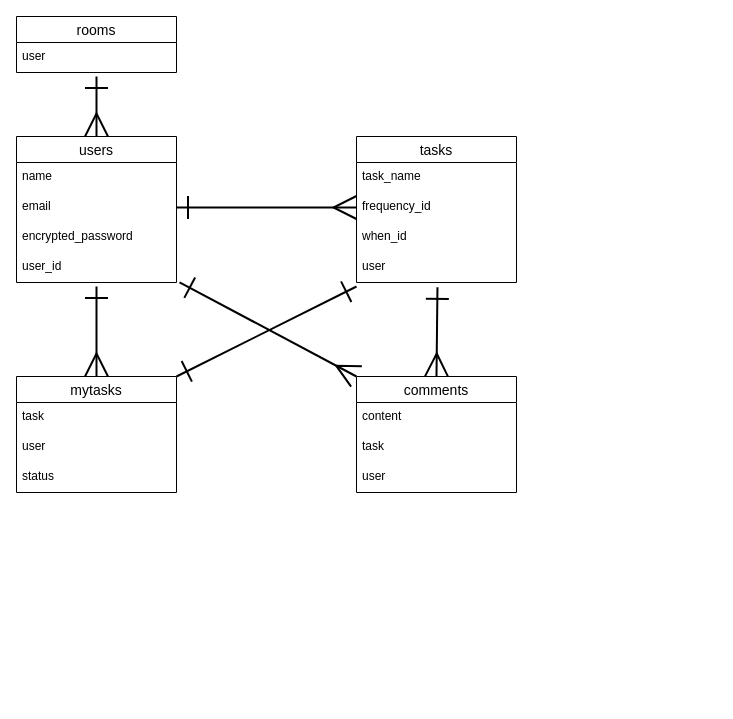
Earlier version of the draw.io diagram ER.dio (kawabataY/ori_app). Source tidied: cells renumbered, new cells numbered last; positions are measured from the earlier drawing's top-left corner, leaving out a move shared by most shapes. Both pictures are drawn from the tidied source at 100%, with x=0, y=0 at pixel (16, 16).
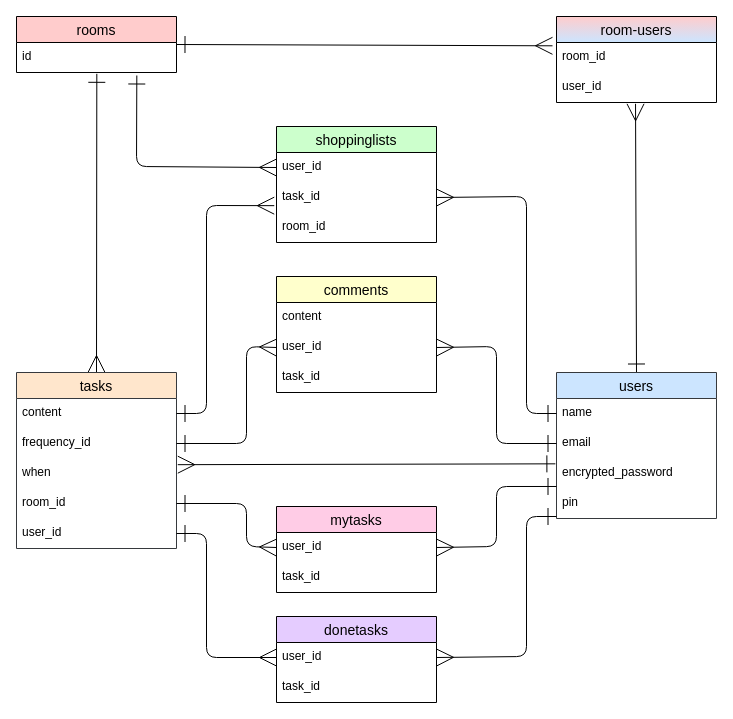
The same diagram, later.

The change refers to these unchanged cells:
```xml
<mxCell id="4" value="name" style="text;strokeColor=none;fillColor=none;spacingLeft=4;spacingRight=4;overflow=hidden;points=[[0,0.5],[1,0.5]];portConstraint=eastwest;fontSize=12;" parent="3" vertex="1">
  <mxGeometry y="26" width="160" height="30" as="geometry" />
</mxCell>
<mxCell id="5" value="email" style="text;strokeColor=none;fillColor=none;spacingLeft=4;spacingRight=4;overflow=hidden;points=[[0,0.5],[1,0.5]];portConstraint=eastwest;fontSize=12;" parent="3" vertex="1">
  <mxGeometry y="56" width="160" height="30" as="geometry" />
</mxCell>
<mxCell id="6" value="encrypted_password" style="text;strokeColor=none;fillColor=none;spacingLeft=4;spacingRight=4;overflow=hidden;points=[[0,0.5],[1,0.5]];portConstraint=eastwest;fontSize=12;" parent="3" vertex="1">
  <mxGeometry y="86" width="160" height="30" as="geometry" />
</mxCell>
<mxCell id="10" value="frequency_id" style="text;strokeColor=none;fillColor=none;spacingLeft=4;spacingRight=4;overflow=hidden;points=[[0,0.5],[1,0.5]];portConstraint=eastwest;fontSize=12;" parent="8" vertex="1">
  <mxGeometry y="56" width="160" height="30" as="geometry" />
</mxCell>
```

Diff of the diagram source:
```diff
@@
-    <mxCell id="2" style="edgeStyle=none;html=1;exitX=0.5;exitY=0;exitDx=0;exitDy=0;strokeColor=default;strokeWidth=2;startArrow=ERmany;startFill=0;endArrow=ERone;endFill=0;startSize=20;endSize=20;sourcePerimeterSpacing=10;targetPerimeterSpacing=10;" parent="1" edge="1" source="3">
-      <mxGeometry relative="1" as="geometry">
-        <mxPoint x="80" y="60" as="targetPoint" />
-      </mxGeometry>
-    </mxCell>
+    <mxCell id="28" style="edgeStyle=none;html=1;exitX=0.5;exitY=0;exitDx=0;exitDy=0;entryX=0.494;entryY=1.044;entryDx=0;entryDy=0;entryPerimeter=0;endSize=15;shadow=0;startSize=15;endArrow=ERmany;endFill=0;startArrow=ERone;startFill=0;" parent="1" edge="1" source="3" target="35">
+      <mxGeometry relative="1" as="geometry" />
+    </mxCell>
-    <mxCell id="3" value="users" style="swimlane;fontStyle=0;horizontal=1;startSize=26;align=center;fontSize=14;" parent="1" vertex="1">
-      <mxGeometry y="120" width="160" height="146" as="geometry" />
+    <mxCell id="3" value="users" style="swimlane;fontStyle=0;horizontal=1;startSize=26;align=center;fontSize=14;fillColor=#CCE5FF;strokeColor=#36393d;fontColor=#000000;" parent="1" vertex="1">
+      <mxGeometry x="540" y="356" width="160" height="146" as="geometry" />
     </mxCell>
@@
-    <mxCell id="7" value="user_id" style="text;strokeColor=none;fillColor=none;spacingLeft=4;spacingRight=4;overflow=hidden;points=[[0,0.5],[1,0.5]];portConstraint=eastwest;fontSize=12;" parent="3" vertex="1">
+    <mxCell id="7" value="pin" style="text;strokeColor=none;fillColor=none;spacingLeft=4;spacingRight=4;overflow=hidden;points=[[0,0.5],[1,0.5]];portConstraint=eastwest;fontSize=12;" parent="3" vertex="1">
       <mxGeometry y="116" width="160" height="30" as="geometry" />
     </mxCell>
+    <mxCell id="29" style="edgeStyle=none;html=1;exitX=0.5;exitY=0;exitDx=0;exitDy=0;entryX=0.502;entryY=1.044;entryDx=0;entryDy=0;entryPerimeter=0;endArrow=ERone;endFill=0;startArrow=ERmany;startFill=0;endSize=15;startSize=15;" parent="1" edge="1" source="8" target="32">
+      <mxGeometry relative="1" as="geometry" />
+    </mxCell>
-    <mxCell id="8" value="tasks" style="swimlane;fontStyle=0;horizontal=1;startSize=26;align=center;fontSize=14;" parent="1" vertex="1">
-      <mxGeometry x="340" y="120" width="160" height="146" as="geometry" />
+    <mxCell id="8" value="tasks" style="swimlane;fontStyle=0;horizontal=1;startSize=26;align=center;fontSize=14;fillColor=#FFE6CC;strokeColor=#36393d;fontColor=#000000;" parent="1" vertex="1">
+      <mxGeometry y="356" width="160" height="176" as="geometry" />
     </mxCell>
-    <mxCell id="9" value="task_name" style="text;strokeColor=none;fillColor=none;spacingLeft=4;spacingRight=4;overflow=hidden;points=[[0,0.5],[1,0.5]];portConstraint=eastwest;fontSize=12;" parent="8" vertex="1">
+    <mxCell id="9" value="content" style="text;strokeColor=none;fillColor=none;spacingLeft=4;spacingRight=4;overflow=hidden;points=[[0,0.5],[1,0.5]];portConstraint=eastwest;fontSize=12;" parent="8" vertex="1">
       <mxGeometry y="26" width="160" height="30" as="geometry" />
     </mxCell>
@@
-    <mxCell id="11" value="when_id" style="text;strokeColor=none;fillColor=none;spacingLeft=4;spacingRight=4;overflow=hidden;points=[[0,0.5],[1,0.5]];portConstraint=eastwest;fontSize=12;" parent="8" vertex="1">
+    <mxCell id="11" value="when" style="text;strokeColor=none;fillColor=none;spacingLeft=4;spacingRight=4;overflow=hidden;points=[[0,0.5],[1,0.5]];portConstraint=eastwest;fontSize=12;" parent="8" vertex="1">
       <mxGeometry y="86" width="160" height="30" as="geometry" />
     </mxCell>
+    <mxCell id="30" value="room_id" style="text;strokeColor=none;fillColor=none;spacingLeft=4;spacingRight=4;overflow=hidden;points=[[0,0.5],[1,0.5]];portConstraint=eastwest;fontSize=12;" parent="8" vertex="1">
+      <mxGeometry y="116" width="160" height="30" as="geometry" />
+    </mxCell>
-    <mxCell id="12" value="user" style="text;strokeColor=none;fillColor=none;spacingLeft=4;spacingRight=4;overflow=hidden;points=[[0,0.5],[1,0.5]];portConstraint=eastwest;fontSize=12;" parent="8" vertex="1">
-      <mxGeometry y="116" width="160" height="30" as="geometry" />
+    <mxCell id="12" value="user_id" style="text;strokeColor=none;fillColor=none;spacingLeft=4;spacingRight=4;overflow=hidden;points=[[0,0.5],[1,0.5]];portConstraint=eastwest;fontSize=12;" parent="8" vertex="1">
+      <mxGeometry y="146" width="160" height="30" as="geometry" />
     </mxCell>
-    <mxCell id="13" style="edgeStyle=none;html=1;exitX=0.5;exitY=0;exitDx=0;exitDy=0;entryX=0.506;entryY=1.16;entryDx=0;entryDy=0;entryPerimeter=0;strokeColor=default;strokeWidth=2;startArrow=ERmany;startFill=0;endArrow=ERone;endFill=0;startSize=20;endSize=20;sourcePerimeterSpacing=10;targetPerimeterSpacing=10;" parent="1" edge="1" source="15" target="12">
-      <mxGeometry relative="1" as="geometry" />
-    </mxCell>
-    <mxCell id="14" style="edgeStyle=none;html=1;exitX=0;exitY=0;exitDx=0;exitDy=0;entryX=1.019;entryY=0.993;entryDx=0;entryDy=0;entryPerimeter=0;strokeColor=default;strokeWidth=2;startArrow=ERmany;startFill=0;endArrow=ERone;endFill=0;startSize=20;endSize=20;sourcePerimeterSpacing=10;targetPerimeterSpacing=10;" parent="1" edge="1" source="15" target="7">
-      <mxGeometry relative="1" as="geometry" />
-    </mxCell>
-    <mxCell id="15" value="comments" style="swimlane;fontStyle=0;horizontal=1;startSize=26;align=center;fontSize=14;" parent="1" vertex="1">
-      <mxGeometry x="340" y="360" width="160" height="116" as="geometry" />
+    <mxCell id="15" value="comments" style="swimlane;fontStyle=0;horizontal=1;startSize=26;align=center;fontSize=14;fillColor=#FFFFCC;fontColor=#000000;" parent="1" vertex="1">
+      <mxGeometry x="260" y="260" width="160" height="116" as="geometry" />
     </mxCell>
@@
-    <mxCell id="17" value="task" style="text;strokeColor=none;fillColor=none;spacingLeft=4;spacingRight=4;overflow=hidden;points=[[0,0.5],[1,0.5]];portConstraint=eastwest;fontSize=12;" parent="15" vertex="1">
+    <mxCell id="17" value="user_id" style="text;strokeColor=none;fillColor=none;spacingLeft=4;spacingRight=4;overflow=hidden;points=[[0,0.5],[1,0.5]];portConstraint=eastwest;fontSize=12;" parent="15" vertex="1">
       <mxGeometry y="56" width="160" height="30" as="geometry" />
     </mxCell>
-    <mxCell id="18" value="user" style="text;strokeColor=none;fillColor=none;spacingLeft=4;spacingRight=4;overflow=hidden;fontSize=12;" parent="15" vertex="1">
+    <mxCell id="18" value="task_id" style="text;strokeColor=none;fillColor=none;spacingLeft=4;spacingRight=4;overflow=hidden;fontSize=12;" parent="15" vertex="1">
       <mxGeometry y="86" width="160" height="30" as="geometry" />
     </mxCell>
+    <mxCell id="31" style="edgeStyle=none;html=1;exitX=1;exitY=0.5;exitDx=0;exitDy=0;entryX=-0.025;entryY=0.11;entryDx=0;entryDy=0;entryPerimeter=0;startArrow=ERone;startFill=0;endArrow=ERmany;endFill=0;targetPerimeterSpacing=0;endSize=15;startSize=15;" parent="1" edge="1" source="19" target="34">
+      <mxGeometry relative="1" as="geometry" />
+    </mxCell>
-    <mxCell id="19" value="rooms" style="swimlane;fontStyle=0;horizontal=1;startSize=26;align=center;fontSize=14;" parent="1" vertex="1">
+    <mxCell id="19" value="rooms" style="swimlane;fontStyle=0;horizontal=1;startSize=26;align=center;fontSize=14;fillColor=#FFCCCC;fontColor=#000000;" parent="1" vertex="1">
       <mxGeometry width="160" height="56" as="geometry" />
     </mxCell>
-    <mxCell id="20" value="user" style="text;strokeColor=none;fillColor=none;spacingLeft=4;spacingRight=4;overflow=hidden;fontSize=12;" parent="19" vertex="1">
-      <mxGeometry y="26" width="160" height="30" as="geometry" />
-    </mxCell>
-    <mxCell id="21" style="edgeStyle=none;html=1;exitX=0.5;exitY=0;exitDx=0;exitDy=0;strokeColor=default;strokeWidth=2;startArrow=ERmany;startFill=0;endArrow=ERone;endFill=0;startSize=20;endSize=20;sourcePerimeterSpacing=10;targetPerimeterSpacing=10;" parent="1" edge="1" source="23">
-      <mxGeometry relative="1" as="geometry">
-        <mxPoint x="80" y="270" as="targetPoint" />
-      </mxGeometry>
-    </mxCell>
-    <mxCell id="22" style="edgeStyle=none;html=1;exitX=1;exitY=0;exitDx=0;exitDy=0;strokeColor=default;strokeWidth=2;startArrow=ERone;startFill=0;endArrow=ERone;endFill=0;startSize=20;endSize=20;sourcePerimeterSpacing=10;targetPerimeterSpacing=10;" parent="1" edge="1" source="23">
-      <mxGeometry relative="1" as="geometry">
-        <mxPoint x="340" y="270" as="targetPoint" />
-      </mxGeometry>
-    </mxCell>
+    <mxCell id="32" value="id" style="text;strokeColor=none;fillColor=none;spacingLeft=4;spacingRight=4;overflow=hidden;points=[[0,0.5],[1,0.5]];portConstraint=eastwest;fontSize=12;" parent="19" vertex="1">
+      <mxGeometry y="26" width="160" height="30" as="geometry" />
+    </mxCell>
-    <mxCell id="23" value="mytasks" style="swimlane;fontStyle=0;horizontal=1;startSize=26;align=center;fontSize=14;" parent="1" vertex="1">
-      <mxGeometry y="360" width="160" height="116" as="geometry" />
+    <mxCell id="23" value="mytasks" style="swimlane;fontStyle=0;horizontal=1;startSize=26;align=center;fontSize=14;fillColor=#FFCCE6;fontColor=#000000;" parent="1" vertex="1">
+      <mxGeometry x="260" y="490" width="160" height="86" as="geometry" />
     </mxCell>
-    <mxCell id="24" value="task" style="text;strokeColor=none;fillColor=none;spacingLeft=4;spacingRight=4;overflow=hidden;points=[[0,0.5],[1,0.5]];portConstraint=eastwest;fontSize=12;" parent="23" vertex="1">
+    <mxCell id="24" value="user_id" style="text;strokeColor=none;fillColor=none;spacingLeft=4;spacingRight=4;overflow=hidden;points=[[0,0.5],[1,0.5]];portConstraint=eastwest;fontSize=12;" parent="23" vertex="1">
       <mxGeometry y="26" width="160" height="30" as="geometry" />
     </mxCell>
-    <mxCell id="25" value="user" style="text;strokeColor=none;fillColor=none;spacingLeft=4;spacingRight=4;overflow=hidden;fontSize=12;" parent="23" vertex="1">
+    <mxCell id="25" value="task_id" style="text;strokeColor=none;fillColor=none;spacingLeft=4;spacingRight=4;overflow=hidden;fontSize=12;" parent="23" vertex="1">
       <mxGeometry y="56" width="160" height="30" as="geometry" />
     </mxCell>
-    <mxCell id="26" value="status" style="text;strokeColor=none;fillColor=none;spacingLeft=4;spacingRight=4;overflow=hidden;fontSize=12;" parent="23" vertex="1">
-      <mxGeometry y="86" width="160" height="30" as="geometry" />
-    </mxCell>
-    <mxCell id="27" style="edgeStyle=none;html=1;exitX=1;exitY=0.5;exitDx=0;exitDy=0;entryX=0;entryY=0.5;entryDx=0;entryDy=0;strokeColor=default;strokeWidth=2;startArrow=ERone;startFill=0;endArrow=ERmany;endFill=0;startSize=20;endSize=20;sourcePerimeterSpacing=10;targetPerimeterSpacing=10;" parent="1" edge="1" source="5" target="10">
-      <mxGeometry relative="1" as="geometry" />
-    </mxCell>
+    <mxCell id="33" value="room-users" style="swimlane;fontStyle=0;horizontal=1;startSize=26;align=center;fontSize=14;fillColor=#FFCCCC;gradientColor=#CCE5FF;fontColor=#000000;" parent="1" vertex="1">
+      <mxGeometry x="540" width="160" height="86" as="geometry" />
+    </mxCell>
+    <mxCell id="34" value="room_id" style="text;strokeColor=none;fillColor=none;spacingLeft=4;spacingRight=4;overflow=hidden;points=[[0,0.5],[1,0.5]];portConstraint=eastwest;fontSize=12;" parent="33" vertex="1">
+      <mxGeometry y="26" width="160" height="30" as="geometry" />
+    </mxCell>
+    <mxCell id="35" value="user_id" style="text;strokeColor=none;fillColor=none;spacingLeft=4;spacingRight=4;overflow=hidden;points=[[0,0.5],[1,0.5]];portConstraint=eastwest;fontSize=12;" parent="33" vertex="1">
+      <mxGeometry y="56" width="160" height="30" as="geometry" />
+    </mxCell>
+    <mxCell id="36" value="donetasks" style="swimlane;fontStyle=0;horizontal=1;startSize=26;align=center;fontSize=14;fillColor=#E5CCFF;fontColor=#000000;" parent="1" vertex="1">
+      <mxGeometry x="260" y="600" width="160" height="86" as="geometry" />
+    </mxCell>
+    <mxCell id="37" value="user_id" style="text;strokeColor=none;fillColor=none;spacingLeft=4;spacingRight=4;overflow=hidden;points=[[0,0.5],[1,0.5]];portConstraint=eastwest;fontSize=12;" parent="36" vertex="1">
+      <mxGeometry y="26" width="160" height="30" as="geometry" />
+    </mxCell>
+    <mxCell id="38" value="task_id" style="text;strokeColor=none;fillColor=none;spacingLeft=4;spacingRight=4;overflow=hidden;fontSize=12;" parent="36" vertex="1">
+      <mxGeometry y="56" width="160" height="30" as="geometry" />
+    </mxCell>
+    <mxCell id="39" value="shoppinglists" style="swimlane;fontStyle=0;horizontal=1;startSize=26;align=center;fontSize=14;fillColor=#CCFFCC;fontColor=#000000;" parent="1" vertex="1">
+      <mxGeometry x="260" y="110" width="160" height="116" as="geometry" />
+    </mxCell>
+    <mxCell id="40" value="user_id" style="text;strokeColor=none;fillColor=none;spacingLeft=4;spacingRight=4;overflow=hidden;points=[[0,0.5],[1,0.5]];portConstraint=eastwest;fontSize=12;" parent="39" vertex="1">
+      <mxGeometry y="26" width="160" height="30" as="geometry" />
+    </mxCell>
+    <mxCell id="41" value="task_id" style="text;strokeColor=none;fillColor=none;spacingLeft=4;spacingRight=4;overflow=hidden;points=[[0,0.5],[1,0.5]];portConstraint=eastwest;fontSize=12;" parent="39" vertex="1">
+      <mxGeometry y="56" width="160" height="30" as="geometry" />
+    </mxCell>
+    <mxCell id="42" value="room_id" style="text;strokeColor=none;fillColor=none;spacingLeft=4;spacingRight=4;overflow=hidden;fontSize=12;" parent="39" vertex="1">
+      <mxGeometry y="86" width="160" height="30" as="geometry" />
+    </mxCell>
+    <mxCell id="43" style="edgeStyle=none;html=1;exitX=1.008;exitY=0.206;exitDx=0;exitDy=0;entryX=-0.007;entryY=0.178;entryDx=0;entryDy=0;entryPerimeter=0;exitPerimeter=0;startArrow=ERmany;startFill=0;endArrow=ERone;endFill=0;endSize=15;startSize=15;" parent="1" edge="1" source="11" target="6">
+      <mxGeometry relative="1" as="geometry" />
+    </mxCell>
+    <mxCell id="44" style="edgeStyle=none;html=1;exitX=0;exitY=0.5;exitDx=0;exitDy=0;entryX=0.752;entryY=1.1;entryDx=0;entryDy=0;entryPerimeter=0;endArrow=ERone;endFill=0;startArrow=ERmany;startFill=0;endSize=15;startSize=15;" parent="1" edge="1" source="40" target="32">
+      <mxGeometry relative="1" as="geometry">
+        <Array as="points">
+          <mxPoint x="120" y="150" />
+        </Array>
+      </mxGeometry>
+    </mxCell>
+    <mxCell id="45" style="edgeStyle=none;html=1;exitX=1;exitY=0.5;exitDx=0;exitDy=0;entryX=-0.014;entryY=0.772;entryDx=0;entryDy=0;entryPerimeter=0;startArrow=ERone;startFill=0;endArrow=ERmany;endFill=0;endSize=15;startSize=15;" parent="1" edge="1" source="9" target="41">
+      <mxGeometry relative="1" as="geometry">
+        <Array as="points">
+          <mxPoint x="190" y="397" />
+          <mxPoint x="190" y="189" />
+        </Array>
+      </mxGeometry>
+    </mxCell>
+    <mxCell id="46" style="edgeStyle=none;html=1;exitX=1;exitY=0.5;exitDx=0;exitDy=0;entryX=0;entryY=0.5;entryDx=0;entryDy=0;startArrow=ERone;startFill=0;endArrow=ERmany;endFill=0;endSize=15;startSize=15;" parent="1" edge="1" source="10" target="17">
+      <mxGeometry relative="1" as="geometry">
+        <Array as="points">
+          <mxPoint x="230" y="427" />
+          <mxPoint x="230" y="330" />
+        </Array>
+      </mxGeometry>
+    </mxCell>
+    <mxCell id="47" style="edgeStyle=none;html=1;exitX=1;exitY=0.5;exitDx=0;exitDy=0;entryX=0;entryY=0.5;entryDx=0;entryDy=0;endArrow=ERmany;endFill=0;startArrow=ERone;startFill=0;endSize=15;startSize=15;" parent="1" edge="1" source="12" target="37">
+      <mxGeometry relative="1" as="geometry">
+        <Array as="points">
+          <mxPoint x="190" y="517" />
+          <mxPoint x="190" y="641" />
+        </Array>
+      </mxGeometry>
+    </mxCell>
+    <mxCell id="48" style="edgeStyle=none;html=1;exitX=1;exitY=0.5;exitDx=0;exitDy=0;entryX=0;entryY=0.5;entryDx=0;entryDy=0;startArrow=ERone;startFill=0;endArrow=ERmany;endFill=0;endSize=15;startSize=15;" parent="1" edge="1" source="30" target="24">
+      <mxGeometry relative="1" as="geometry">
+        <Array as="points">
+          <mxPoint x="230" y="487" />
+          <mxPoint x="230" y="530" />
+        </Array>
+      </mxGeometry>
+    </mxCell>
+    <mxCell id="49" style="edgeStyle=none;html=1;exitX=0;exitY=0.5;exitDx=0;exitDy=0;entryX=1;entryY=0.5;entryDx=0;entryDy=0;endArrow=ERmany;endFill=0;startArrow=ERone;startFill=0;endSize=15;startSize=15;" parent="1" edge="1" source="4" target="41">
+      <mxGeometry relative="1" as="geometry">
+        <Array as="points">
+          <mxPoint x="510" y="397" />
+          <mxPoint x="510" y="180" />
+        </Array>
+      </mxGeometry>
+    </mxCell>
+    <mxCell id="50" style="edgeStyle=none;html=1;exitX=0;exitY=0.5;exitDx=0;exitDy=0;entryX=1;entryY=0.5;entryDx=0;entryDy=0;startArrow=ERone;startFill=0;endArrow=ERmany;endFill=0;endSize=15;startSize=15;" parent="1" edge="1" source="5" target="17">
+      <mxGeometry relative="1" as="geometry">
+        <Array as="points">
+          <mxPoint x="480" y="427" />
+          <mxPoint x="480" y="330" />
+        </Array>
+      </mxGeometry>
+    </mxCell>
+    <mxCell id="51" style="edgeStyle=none;html=1;exitX=1;exitY=0.5;exitDx=0;exitDy=0;startArrow=ERmany;startFill=0;endArrow=ERone;endFill=0;endSize=15;startSize=15;" parent="1" edge="1" source="37">
+      <mxGeometry relative="1" as="geometry">
+        <mxPoint x="540" y="500" as="targetPoint" />
+        <Array as="points">
+          <mxPoint x="510" y="640" />
+          <mxPoint x="510" y="500" />
+        </Array>
+      </mxGeometry>
+    </mxCell>
+    <mxCell id="52" style="edgeStyle=none;html=1;exitX=1;exitY=0.5;exitDx=0;exitDy=0;entryX=0;entryY=-0.067;entryDx=0;entryDy=0;entryPerimeter=0;startArrow=ERmany;startFill=0;endArrow=ERone;endFill=0;endSize=15;startSize=15;" parent="1" edge="1" source="24" target="7">
+      <mxGeometry relative="1" as="geometry">
+        <Array as="points">
+          <mxPoint x="480" y="530" />
+          <mxPoint x="480" y="470" />
+        </Array>
+      </mxGeometry>
+    </mxCell>
```
